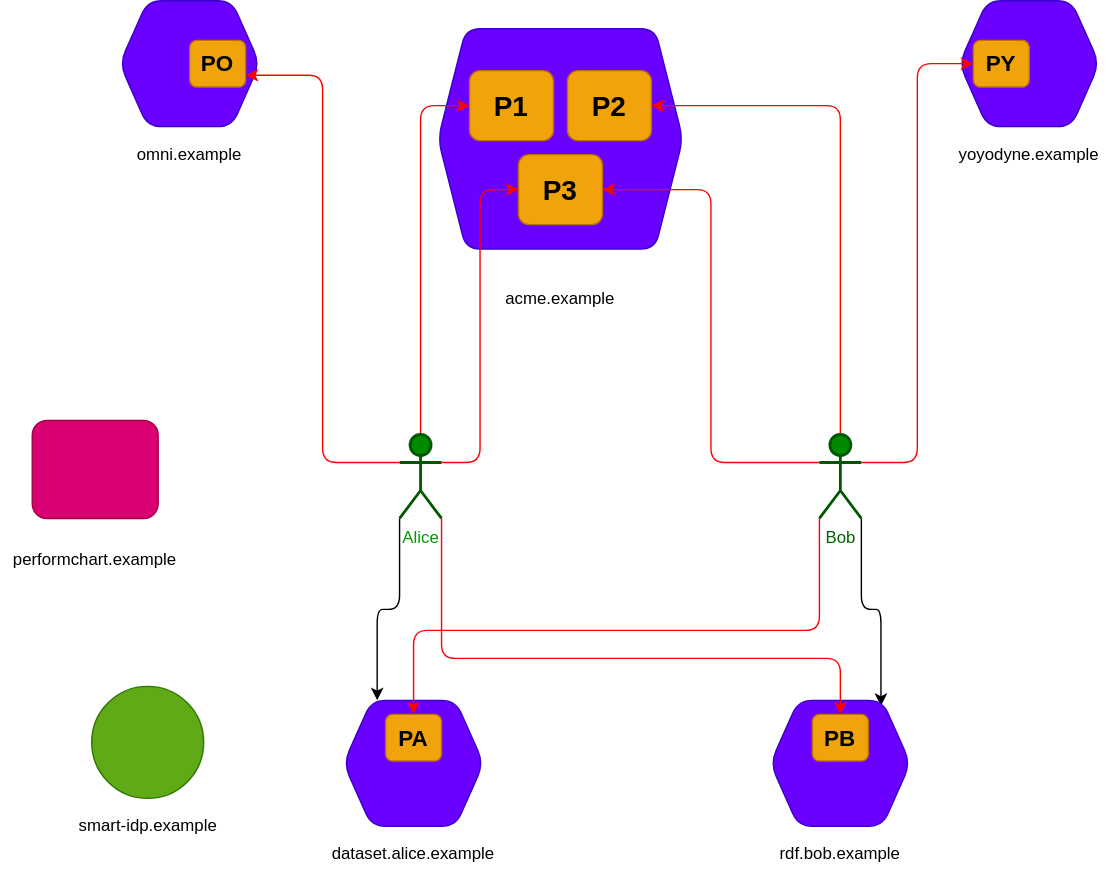
Earlier version of the draw.io export proposals/primer/images/overview.drawio.svg (solid/data-interoperability-panel). Source tidied: cells renumbered, new cells last; positions are measured from the earlier drawing's top-left corner, leaving out a move shared by most shapes.
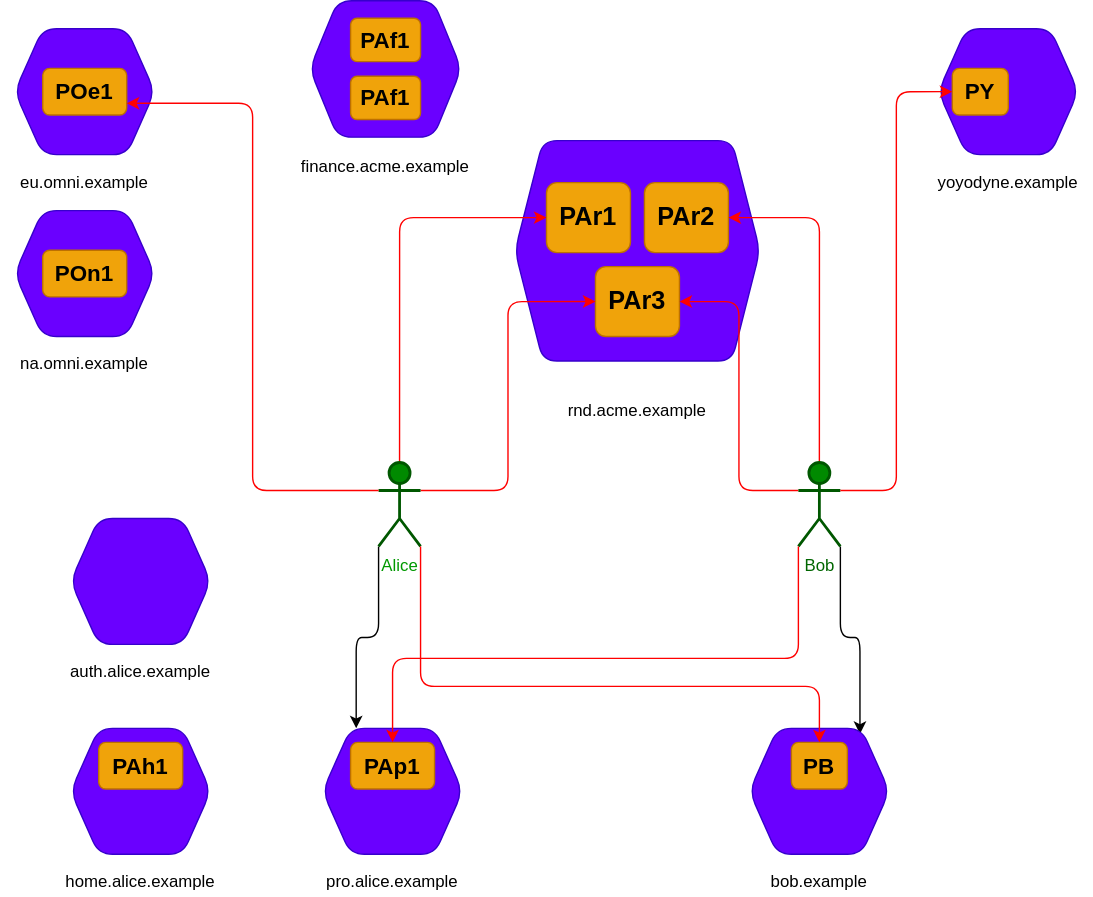
After the change.

Commit message:
updated top diagram

What changed in the source:
```diff
@@ -3,21 +3,21 @@
     <mxCell id="0" />
     <mxCell id="1" parent="0" />
     <mxCell id="2" style="group;rounded=1;" parent="1" vertex="1">
-      <mxGeometry x="295" y="20" width="210" height="210" as="geometry" />
+      <mxGeometry x="365" y="80" width="210" height="210" as="geometry" />
     </mxCell>
     <mxCell id="3" style="shape=hexagon;perimeter=hexagonPerimeter2;whiteSpace=wrap;html=1;fixedSize=1;fillColor=#6a00ff;strokeColor=#3700CC;fontColor=#ffffff;arcSize=20;rounded=1;" parent="2" vertex="1">
       <mxGeometry x="17.5" width="175" height="157.5" as="geometry" />
     </mxCell>
-    <mxCell id="4" value="acme.example" style="text;html=1;strokeColor=none;fillColor=none;align=center;verticalAlign=middle;whiteSpace=wrap;rounded=1;" parent="2" vertex="1">
+    <mxCell id="4" value="rnd.acme.example" style="text;html=1;strokeColor=none;fillColor=none;align=center;verticalAlign=middle;whiteSpace=wrap;rounded=1;" parent="2" vertex="1">
       <mxGeometry y="175" width="210" height="35" as="geometry" />
     </mxCell>
-    <mxCell id="5" value="&lt;b&gt;&lt;font style=&quot;font-size: 20px&quot; color=&quot;#000000&quot;&gt;P1&lt;/font&gt;&lt;/b&gt;" style="whiteSpace=wrap;html=1;fillColor=#f0a30a;strokeColor=#BD7000;fontColor=#ffffff;rounded=1;" parent="2" vertex="1">
+    <mxCell id="5" value="&lt;b&gt;&lt;font style=&quot;font-size: 18px&quot; color=&quot;#000000&quot;&gt;PAr1&lt;/font&gt;&lt;/b&gt;" style="whiteSpace=wrap;html=1;fillColor=#f0a30a;strokeColor=#BD7000;fontColor=#ffffff;rounded=1;" parent="2" vertex="1">
       <mxGeometry x="40" y="30" width="60" height="50" as="geometry" />
     </mxCell>
-    <mxCell id="6" value="&lt;b&gt;&lt;font style=&quot;font-size: 20px&quot; color=&quot;#000000&quot;&gt;P2&lt;/font&gt;&lt;/b&gt;" style="whiteSpace=wrap;html=1;fillColor=#f0a30a;strokeColor=#BD7000;fontColor=#ffffff;rounded=1;" parent="2" vertex="1">
+    <mxCell id="6" value="&lt;b&gt;&lt;font style=&quot;font-size: 18px&quot; color=&quot;#000000&quot;&gt;PAr2&lt;/font&gt;&lt;/b&gt;" style="whiteSpace=wrap;html=1;fillColor=#f0a30a;strokeColor=#BD7000;fontColor=#ffffff;rounded=1;" parent="2" vertex="1">
       <mxGeometry x="110" y="30" width="60" height="50" as="geometry" />
     </mxCell>
-    <mxCell id="7" value="&lt;b&gt;&lt;font style=&quot;font-size: 20px&quot; color=&quot;#000000&quot;&gt;P3&lt;br&gt;&lt;/font&gt;&lt;/b&gt;" style="whiteSpace=wrap;html=1;fillColor=#f0a30a;strokeColor=#BD7000;fontColor=#ffffff;rounded=1;" parent="2" vertex="1">
+    <mxCell id="7" value="&lt;b&gt;&lt;font color=&quot;#000000&quot;&gt;&lt;font style=&quot;font-size: 18px&quot;&gt;PAr3&lt;/font&gt;&lt;br&gt;&lt;/font&gt;&lt;/b&gt;" style="whiteSpace=wrap;html=1;fillColor=#f0a30a;strokeColor=#BD7000;fontColor=#ffffff;rounded=1;" parent="2" vertex="1">
       <mxGeometry x="75" y="90" width="60" height="50" as="geometry" />
     </mxCell>
     <mxCell id="8" style="group;rounded=1;" parent="1" vertex="1">
@@ -57,16 +57,16 @@
       <mxGeometry x="285" y="310" width="30" height="60" as="geometry" />
     </mxCell>
     <mxCell id="20" style="group;rounded=1;" parent="1" vertex="1">
-      <mxGeometry x="75" width="120" height="120" as="geometry" />
+      <mxGeometry x="15" width="120" height="120" as="geometry" />
     </mxCell>
     <mxCell id="21" style="shape=hexagon;perimeter=hexagonPerimeter2;whiteSpace=wrap;html=1;fixedSize=1;fillColor=#6a00ff;strokeColor=#3700CC;fontColor=#ffffff;rounded=1;" parent="20" vertex="1">
       <mxGeometry x="10" width="100" height="90" as="geometry" />
     </mxCell>
-    <mxCell id="22" value="omni.example" style="text;html=1;strokeColor=none;fillColor=none;align=center;verticalAlign=middle;whiteSpace=wrap;rounded=1;" parent="20" vertex="1">
+    <mxCell id="22" value="eu.omni.example" style="text;html=1;strokeColor=none;fillColor=none;align=center;verticalAlign=middle;whiteSpace=wrap;rounded=1;" parent="20" vertex="1">
       <mxGeometry y="100" width="120" height="20" as="geometry" />
     </mxCell>
-    <mxCell id="23" value="&lt;b&gt;&lt;font style=&quot;font-size: 16px&quot; color=&quot;#000000&quot;&gt;PO&lt;/font&gt;&lt;/b&gt;" style="whiteSpace=wrap;html=1;fillColor=#f0a30a;strokeColor=#BD7000;fontColor=#ffffff;rounded=1;" parent="20" vertex="1">
-      <mxGeometry x="60" y="28.3" width="40" height="33.3" as="geometry" />
+    <mxCell id="23" value="&lt;b&gt;&lt;font style=&quot;font-size: 16px&quot; color=&quot;#000000&quot;&gt;POe1&lt;/font&gt;&lt;/b&gt;" style="whiteSpace=wrap;html=1;fillColor=#f0a30a;strokeColor=#BD7000;fontColor=#ffffff;rounded=1;" parent="20" vertex="1">
+      <mxGeometry x="30" y="28.3" width="60" height="33.3" as="geometry" />
     </mxCell>
     <mxCell id="24" style="group;rounded=1;" parent="1" vertex="1">
       <mxGeometry x="235" y="500" width="120" height="120" as="geometry" />
@@ -74,11 +74,11 @@
     <mxCell id="25" style="shape=hexagon;perimeter=hexagonPerimeter2;whiteSpace=wrap;html=1;fixedSize=1;fillColor=#6a00ff;strokeColor=#3700CC;fontColor=#ffffff;rounded=1;" parent="24" vertex="1">
       <mxGeometry x="10" width="100" height="90" as="geometry" />
     </mxCell>
-    <mxCell id="26" value="dataset.alice.example" style="text;html=1;strokeColor=none;fillColor=none;align=center;verticalAlign=middle;whiteSpace=wrap;rounded=1;" parent="24" vertex="1">
+    <mxCell id="26" value="pro.alice.example" style="text;html=1;strokeColor=none;fillColor=none;align=center;verticalAlign=middle;whiteSpace=wrap;rounded=1;" parent="24" vertex="1">
       <mxGeometry y="100" width="120" height="20" as="geometry" />
     </mxCell>
-    <mxCell id="27" value="&lt;b&gt;&lt;font style=&quot;font-size: 16px&quot; color=&quot;#000000&quot;&gt;PA&lt;/font&gt;&lt;/b&gt;" style="whiteSpace=wrap;html=1;fillColor=#f0a30a;strokeColor=#BD7000;fontColor=#ffffff;rounded=1;" parent="24" vertex="1">
-      <mxGeometry x="40" y="10" width="40" height="33.3" as="geometry" />
+    <mxCell id="27" value="&lt;b&gt;&lt;font style=&quot;font-size: 16px&quot; color=&quot;#000000&quot;&gt;PAp1&lt;/font&gt;&lt;/b&gt;" style="whiteSpace=wrap;html=1;fillColor=#f0a30a;strokeColor=#BD7000;fontColor=#ffffff;rounded=1;" parent="24" vertex="1">
+      <mxGeometry x="30" y="10" width="60" height="33.3" as="geometry" />
     </mxCell>
     <mxCell id="28" style="group;rounded=1;" parent="1" vertex="1">
       <mxGeometry x="540" y="500" width="120" height="120" as="geometry" />
@@ -86,7 +86,7 @@
     <mxCell id="29" style="shape=hexagon;perimeter=hexagonPerimeter2;whiteSpace=wrap;html=1;fixedSize=1;fillColor=#6a00ff;strokeColor=#3700CC;fontColor=#ffffff;rounded=1;" parent="28" vertex="1">
       <mxGeometry x="10" width="100" height="90" as="geometry" />
     </mxCell>
-    <mxCell id="30" value="rdf.bob.example" style="text;html=1;strokeColor=none;fillColor=none;align=center;verticalAlign=middle;whiteSpace=wrap;rounded=1;" parent="28" vertex="1">
+    <mxCell id="30" value="bob.example" style="text;html=1;strokeColor=none;fillColor=none;align=center;verticalAlign=middle;whiteSpace=wrap;rounded=1;" parent="28" vertex="1">
       <mxGeometry y="100" width="120" height="20" as="geometry" />
     </mxCell>
     <mxCell id="31" value="&lt;span style=&quot;font-size: 16px&quot;&gt;&lt;b&gt;&lt;font color=&quot;#000000&quot;&gt;PB&lt;/font&gt;&lt;/b&gt;&lt;/span&gt;" style="whiteSpace=wrap;html=1;fillColor=#f0a30a;strokeColor=#BD7000;rounded=1;" parent="28" vertex="1">
@@ -114,17 +114,53 @@
     <mxCell id="35" style="edgeStyle=orthogonalEdgeStyle;jettySize=auto;html=1;exitX=1;exitY=0.3333333333333333;exitDx=0;exitDy=0;exitPerimeter=0;entryX=0;entryY=0.5;entryDx=0;entryDy=0;endArrow=classic;endFill=1;strokeColor=#FF0000;" parent="1" edge="1" source="15" target="11">
       <mxGeometry relative="1" as="geometry" />
     </mxCell>
-    <mxCell id="36" style="whiteSpace=wrap;html=1;fillColor=#d80073;strokeColor=#A50040;fontColor=#ffffff;rounded=1;" parent="1" vertex="1">
-      <mxGeometry x="22.5" y="300" width="90" height="70" as="geometry" />
-    </mxCell>
-    <mxCell id="37" value="performchart.example" style="text;html=1;strokeColor=none;fillColor=none;align=center;verticalAlign=middle;whiteSpace=wrap;rounded=1;" parent="1" vertex="1">
-      <mxGeometry y="390" width="135" height="20" as="geometry" />
-    </mxCell>
-    <mxCell id="38" style="ellipse;whiteSpace=wrap;html=1;fillColor=#60a917;strokeColor=#2D7600;fontColor=#ffffff;rounded=1;" parent="1" vertex="1">
-      <mxGeometry x="65" y="490" width="80" height="80" as="geometry" />
-    </mxCell>
-    <mxCell id="39" value="smart-idp.example" style="text;html=1;strokeColor=none;fillColor=none;align=center;verticalAlign=middle;whiteSpace=wrap;rounded=1;" parent="1" vertex="1">
-      <mxGeometry x="37.5" y="580" width="135" height="20" as="geometry" />
+    <mxCell id="39" style="group;rounded=1;" parent="1" vertex="1">
+      <mxGeometry x="55" y="500" width="120" height="120" as="geometry" />
     </mxCell>
+    <mxCell id="40" style="shape=hexagon;perimeter=hexagonPerimeter2;whiteSpace=wrap;html=1;fixedSize=1;fillColor=#6a00ff;strokeColor=#3700CC;fontColor=#ffffff;rounded=1;" parent="39" vertex="1">
+      <mxGeometry x="10" width="100" height="90" as="geometry" />
+    </mxCell>
+    <mxCell id="41" value="home.alice.example" style="text;html=1;strokeColor=none;fillColor=none;align=center;verticalAlign=middle;whiteSpace=wrap;rounded=1;" parent="39" vertex="1">
+      <mxGeometry y="100" width="120" height="20" as="geometry" />
+    </mxCell>
+    <mxCell id="42" value="&lt;b&gt;&lt;font style=&quot;font-size: 16px&quot; color=&quot;#000000&quot;&gt;PAh1&lt;/font&gt;&lt;/b&gt;" style="whiteSpace=wrap;html=1;fillColor=#f0a30a;strokeColor=#BD7000;fontColor=#ffffff;rounded=1;" parent="39" vertex="1">
+      <mxGeometry x="30" y="10" width="60" height="33.3" as="geometry" />
+    </mxCell>
+    <mxCell id="43" style="group;rounded=1;" parent="1" vertex="1">
+      <mxGeometry x="55" y="350" width="120" height="120" as="geometry" />
+    </mxCell>
+    <mxCell id="44" style="shape=hexagon;perimeter=hexagonPerimeter2;whiteSpace=wrap;html=1;fixedSize=1;fillColor=#6a00ff;strokeColor=#3700CC;fontColor=#ffffff;rounded=1;" parent="43" vertex="1">
+      <mxGeometry x="10" width="100" height="90" as="geometry" />
+    </mxCell>
+    <mxCell id="45" value="auth.alice.example" style="text;html=1;strokeColor=none;fillColor=none;align=center;verticalAlign=middle;whiteSpace=wrap;rounded=1;" parent="43" vertex="1">
+      <mxGeometry y="100" width="120" height="20" as="geometry" />
+    </mxCell>
+    <mxCell id="46" style="group;rounded=1;" parent="1" vertex="1">
+      <mxGeometry x="15" y="130" width="120" height="120" as="geometry" />
+    </mxCell>
+    <mxCell id="47" style="shape=hexagon;perimeter=hexagonPerimeter2;whiteSpace=wrap;html=1;fixedSize=1;fillColor=#6a00ff;strokeColor=#3700CC;fontColor=#ffffff;rounded=1;" parent="46" vertex="1">
+      <mxGeometry x="10" width="100" height="90" as="geometry" />
+    </mxCell>
+    <mxCell id="48" value="na.omni.example" style="text;html=1;strokeColor=none;fillColor=none;align=center;verticalAlign=middle;whiteSpace=wrap;rounded=1;" parent="46" vertex="1">
+      <mxGeometry y="100" width="120" height="20" as="geometry" />
+    </mxCell>
+    <mxCell id="49" value="&lt;b&gt;&lt;font style=&quot;font-size: 16px&quot; color=&quot;#000000&quot;&gt;POn1&lt;/font&gt;&lt;/b&gt;" style="whiteSpace=wrap;html=1;fillColor=#f0a30a;strokeColor=#BD7000;fontColor=#ffffff;rounded=1;" parent="46" vertex="1">
+      <mxGeometry x="30" y="28.3" width="60" height="33.3" as="geometry" />
+    </mxCell>
+    <mxCell id="50" style="group;rounded=1;" parent="1" vertex="1">
+      <mxGeometry x="225" y="-20" width="130" height="130" as="geometry" />
+    </mxCell>
+    <mxCell id="51" style="shape=hexagon;perimeter=hexagonPerimeter2;whiteSpace=wrap;html=1;fixedSize=1;fillColor=#6a00ff;strokeColor=#3700CC;fontColor=#ffffff;arcSize=20;rounded=1;" parent="50" vertex="1">
+      <mxGeometry x="10.8" width="108.3" height="97.5" as="geometry" />
+    </mxCell>
+    <mxCell id="52" value="finance.acme.example" style="text;html=1;strokeColor=none;fillColor=none;align=center;verticalAlign=middle;whiteSpace=wrap;rounded=1;" parent="50" vertex="1">
+      <mxGeometry y="108.3" width="130" height="21.7" as="geometry" />
+    </mxCell>
+    <mxCell id="53" value="&lt;b&gt;&lt;font style=&quot;font-size: 16px&quot; color=&quot;#000000&quot;&gt;PAf1&lt;/font&gt;&lt;/b&gt;" style="whiteSpace=wrap;html=1;fillColor=#f0a30a;strokeColor=#BD7000;fontColor=#ffffff;rounded=1;" parent="50" vertex="1">
+      <mxGeometry x="40" y="12.6" width="50" height="30.9" as="geometry" />
+    </mxCell>
+    <mxCell id="54" value="&lt;b&gt;&lt;font style=&quot;font-size: 16px&quot; color=&quot;#000000&quot;&gt;PAf1&lt;/font&gt;&lt;/b&gt;" style="whiteSpace=wrap;html=1;fillColor=#f0a30a;strokeColor=#BD7000;fontColor=#ffffff;rounded=1;" parent="50" vertex="1">
+      <mxGeometry x="40" y="54" width="50" height="30.9" as="geometry" />
+    </mxCell>
   </root>
 </mxGraphModel>
```
